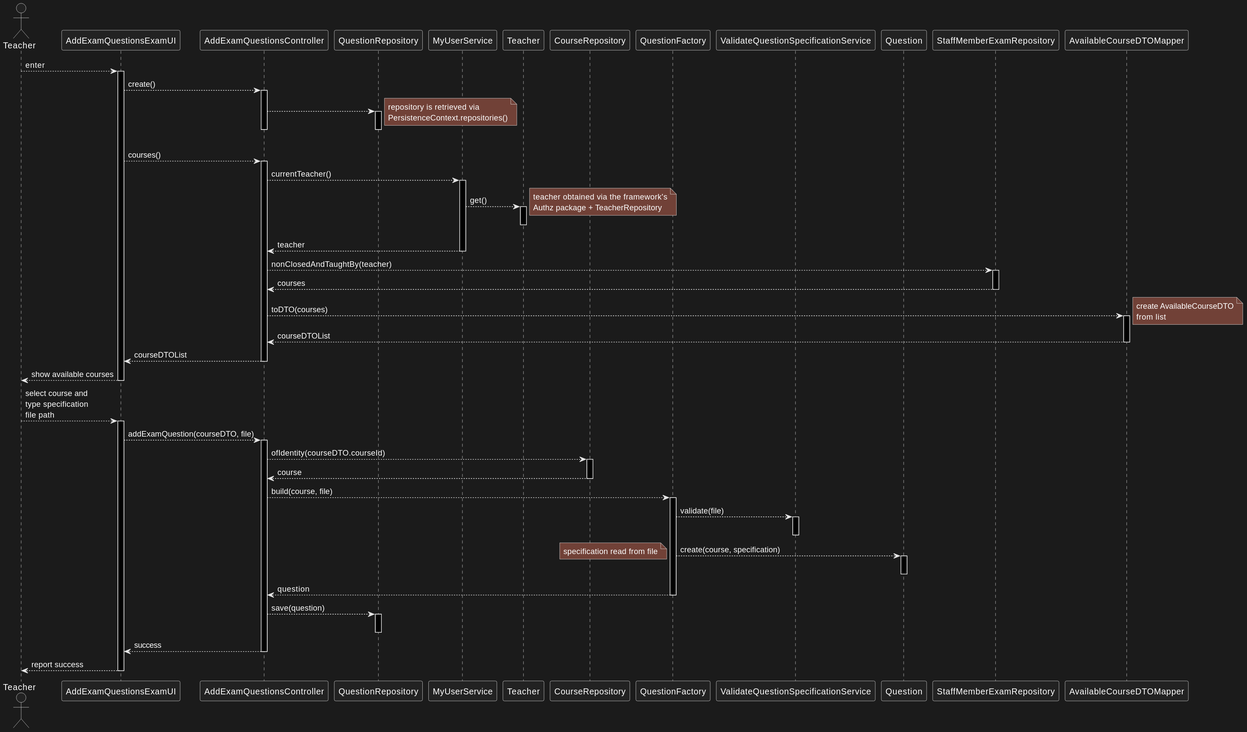
Before: docs/us_2007/sd.svg, a diagram exported from PlantUML (jovami/isep-lapr4).
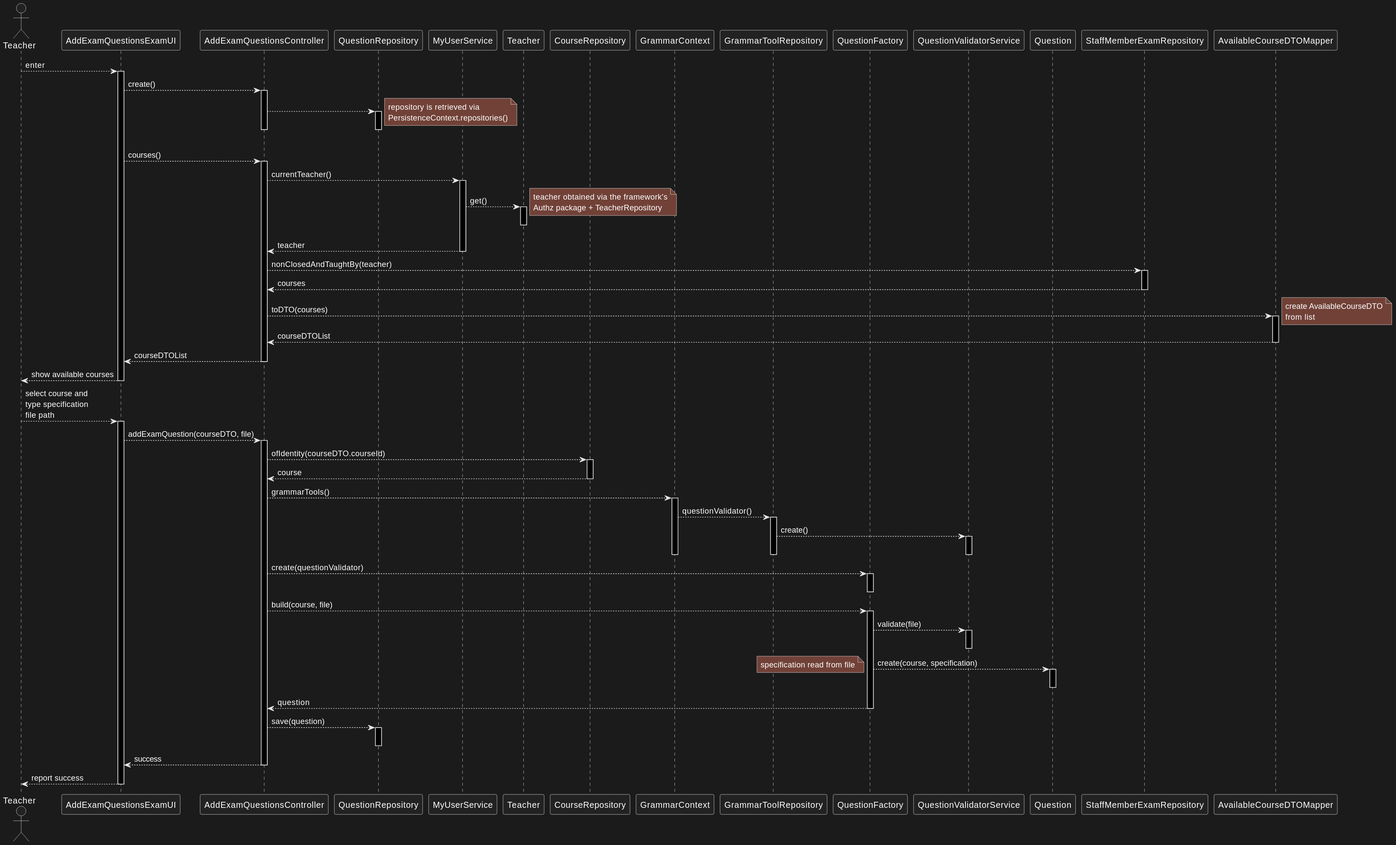
The same file after the commit.

What changed in the source:
```diff
@@ -10,8 +10,11 @@
 
 participant CourseRepository as c_repo
 
+participant GrammarContext as ctx
+participant GrammarToolRepository as grepo
+
 participant QuestionFactory as fact
-participant ValidateQuestionSpecificationService as svc
+participant QuestionValidatorService as svc
 
 participant Question as question
 
@@ -75,6 +78,20 @@
             c_repo --> ctrl : course
         deactivate c_repo
 
+        ctrl --> ctx : grammarTools()
+        activate ctx
+            ctx --> grepo : questionValidator()
+            activate grepo
+                grepo --> svc : create()
+                activate svc
+                deactivate svc
+            deactivate grepo
+        deactivate ctx
+
+        ctrl --> fact : create(questionValidator)
+        activate fact
+        deactivate fact
+
         ctrl --> fact : build(course, file)
         activate fact
             fact --> svc : validate(file)
```
